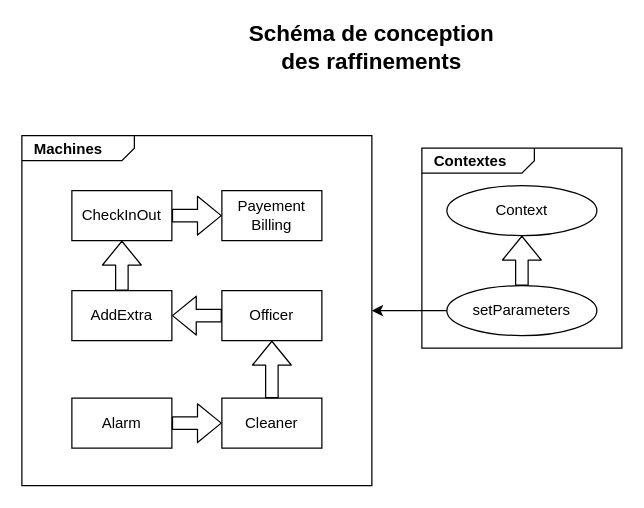
Above: doc/conception/refinement.drawio in Reynault/MOSOS-Subject-3 (draw.io), before the change. Source tidied: cells renumbered, new cells numbered last; positions are measured from the earlier drawing's top-left corner, leaving out a move shared by most shapes. Both pictures are drawn from the tidied source at 125%, with x=0, y=0 at pixel (21, 35).
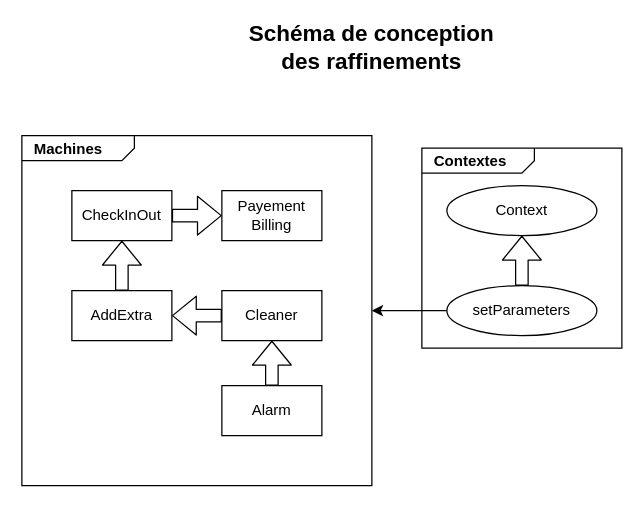
Above is the later version.

Unchanged cells that the change refers to:
```xml
<mxCell id="17" value="AddExtra" style="rounded=0;whiteSpace=wrap;html=1;" parent="1" vertex="1">
  <mxGeometry x="40" y="204" width="80" height="40" as="geometry" />
</mxCell>
```

The edit, as a diff of the source:
```diff
@@
     <mxCell id="12" value="Cleaner" style="rounded=0;whiteSpace=wrap;html=1;" parent="1" vertex="1">
-      <mxGeometry x="160" y="290" width="80" height="40" as="geometry" />
+      <mxGeometry x="160" y="204" width="80" height="40" as="geometry" />
     </mxCell>
     <mxCell id="13" value="Alarm" style="rounded=0;whiteSpace=wrap;html=1;" parent="1" vertex="1">
-      <mxGeometry x="40" y="290" width="80" height="40" as="geometry" />
+      <mxGeometry x="160" y="280" width="80" height="40" as="geometry" />
     </mxCell>
@@
-    <mxCell id="18" style="endArrow=classic;html=1;shape=flexArrow;" parent="1" edge="1" source="12" target="19">
+    <mxCell id="18" style="endArrow=classic;html=1;shape=flexArrow;" parent="1" edge="1" source="12" target="17">
       <mxGeometry x="160" y="120" as="geometry" />
     </mxCell>
-    <mxCell id="19" value="Officer" style="rounded=0;whiteSpace=wrap;html=1;" parent="1" vertex="1">
-      <mxGeometry x="160" y="204" width="80" height="40" as="geometry" />
-    </mxCell>
-    <mxCell id="20" style="endArrow=classic;html=1;shape=flexArrow;" parent="1" edge="1" source="19" target="17">
-      <mxGeometry x="140" y="66" as="geometry" />
-    </mxCell>
```
